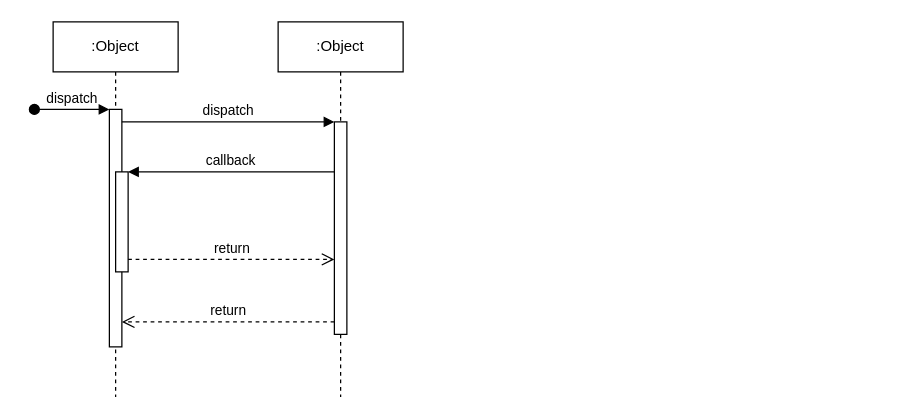
Zsynuting/diagram keeps this draw.io diagram as Debugger.drawio. Above is the earlier version. Source tidied: cells renumbered, new cells numbered last; positions are measured from the earlier drawing's top-left corner, leaving out a move shared by most shapes. Both pictures are drawn from the tidied source at 125%, with x=0, y=0 at pixel (34, 21).
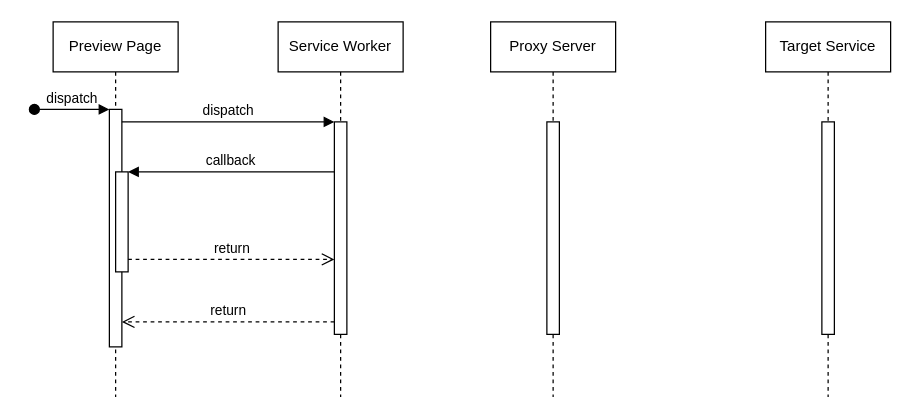
The same page after the edit.

Change to the diagram source:
```diff
@@
-    <mxCell id="2" value=":Object" style="shape=umlLifeline;perimeter=lifelinePerimeter;whiteSpace=wrap;html=1;newEdgeStyle={&quot;edgeStyle&quot;:&quot;elbowEdgeStyle&quot;,&quot;elbow&quot;:&quot;vertical&quot;,&quot;curved&quot;:0,&quot;rounded&quot;:0};" parent="1" vertex="1">
+    <mxCell id="2" value="Preview Page" style="shape=umlLifeline;perimeter=lifelinePerimeter;whiteSpace=wrap;html=1;newEdgeStyle={&quot;edgeStyle&quot;:&quot;elbowEdgeStyle&quot;,&quot;elbow&quot;:&quot;vertical&quot;,&quot;curved&quot;:0,&quot;rounded&quot;:0};" parent="1" vertex="1">
       <mxGeometry x="15" width="100" height="300" as="geometry" />
     </mxCell>
@@
-    <mxCell id="6" value=":Object" style="shape=umlLifeline;perimeter=lifelinePerimeter;whiteSpace=wrap;html=1;newEdgeStyle={&quot;edgeStyle&quot;:&quot;elbowEdgeStyle&quot;,&quot;elbow&quot;:&quot;vertical&quot;,&quot;curved&quot;:0,&quot;rounded&quot;:0};" parent="1" vertex="1">
+    <mxCell id="6" value="Service Worker" style="shape=umlLifeline;perimeter=lifelinePerimeter;whiteSpace=wrap;html=1;newEdgeStyle={&quot;edgeStyle&quot;:&quot;elbowEdgeStyle&quot;,&quot;elbow&quot;:&quot;vertical&quot;,&quot;curved&quot;:0,&quot;rounded&quot;:0};" parent="1" vertex="1">
       <mxGeometry x="195" width="100" height="300" as="geometry" />
     </mxCell>
@@
+    <mxCell id="12" value="Proxy Server" style="shape=umlLifeline;perimeter=lifelinePerimeter;whiteSpace=wrap;html=1;newEdgeStyle={&quot;edgeStyle&quot;:&quot;elbowEdgeStyle&quot;,&quot;elbow&quot;:&quot;vertical&quot;,&quot;curved&quot;:0,&quot;rounded&quot;:0};" parent="1" vertex="1">
+      <mxGeometry x="365" width="100" height="300" as="geometry" />
+    </mxCell>
+    <mxCell id="13" style="html=1;perimeter=orthogonalPerimeter;targetShapes=umlLifeline;newEdgeStyle={&quot;edgeStyle&quot;:&quot;elbowEdgeStyle&quot;,&quot;elbow&quot;:&quot;vertical&quot;,&quot;curved&quot;:0,&quot;rounded&quot;:0};" parent="12" vertex="1">
+      <mxGeometry x="45" y="80" width="10" height="170" as="geometry" />
+    </mxCell>
+    <mxCell id="14" value="Target Service" style="shape=umlLifeline;perimeter=lifelinePerimeter;whiteSpace=wrap;html=1;newEdgeStyle={&quot;edgeStyle&quot;:&quot;elbowEdgeStyle&quot;,&quot;elbow&quot;:&quot;vertical&quot;,&quot;curved&quot;:0,&quot;rounded&quot;:0};" parent="1" vertex="1">
+      <mxGeometry x="585" width="100" height="300" as="geometry" />
+    </mxCell>
+    <mxCell id="15" style="html=1;perimeter=orthogonalPerimeter;targetShapes=umlLifeline;newEdgeStyle={&quot;edgeStyle&quot;:&quot;elbowEdgeStyle&quot;,&quot;elbow&quot;:&quot;vertical&quot;,&quot;curved&quot;:0,&quot;rounded&quot;:0};" parent="14" vertex="1">
+      <mxGeometry x="45" y="80" width="10" height="170" as="geometry" />
+    </mxCell>
```
